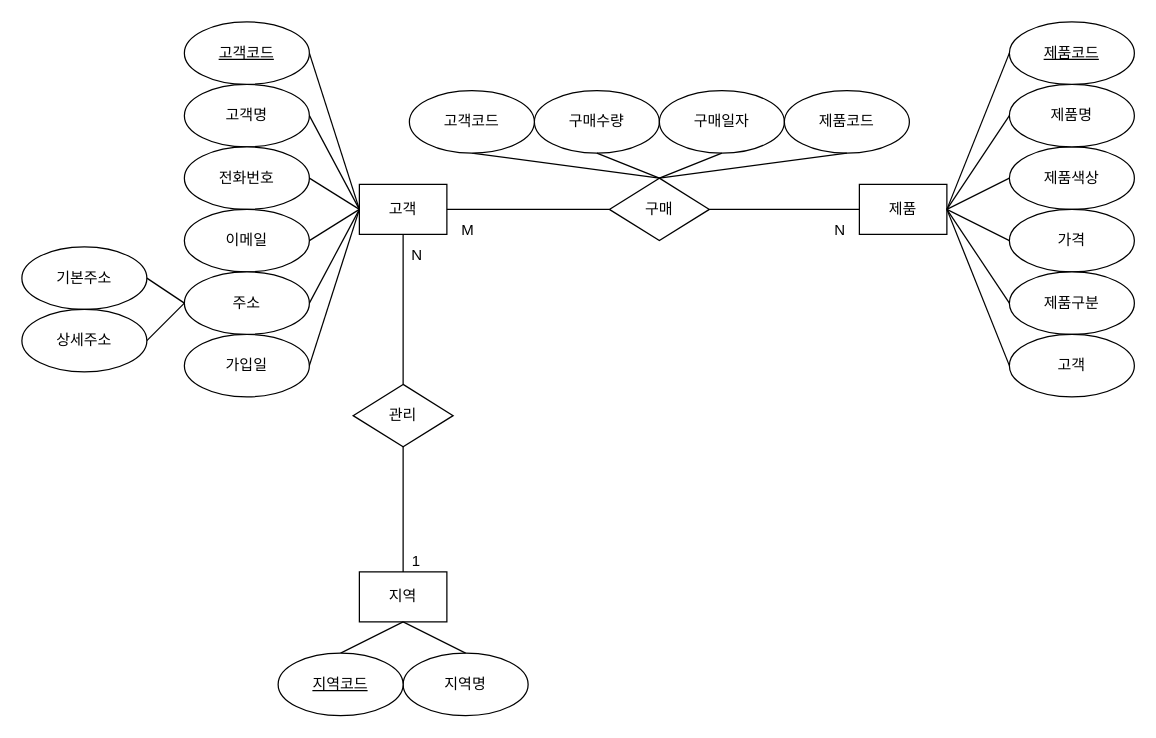
The draw.io diagram product.drawio in Eehnodu/DBStudy, before the edit. Source tidied: cells renumbered, new cells numbered last; positions are measured from the earlier drawing's top-left corner, leaving out a move shared by most shapes. Both pictures are drawn from the tidied source at 125%, with x=0, y=0 at pixel (21, 21).
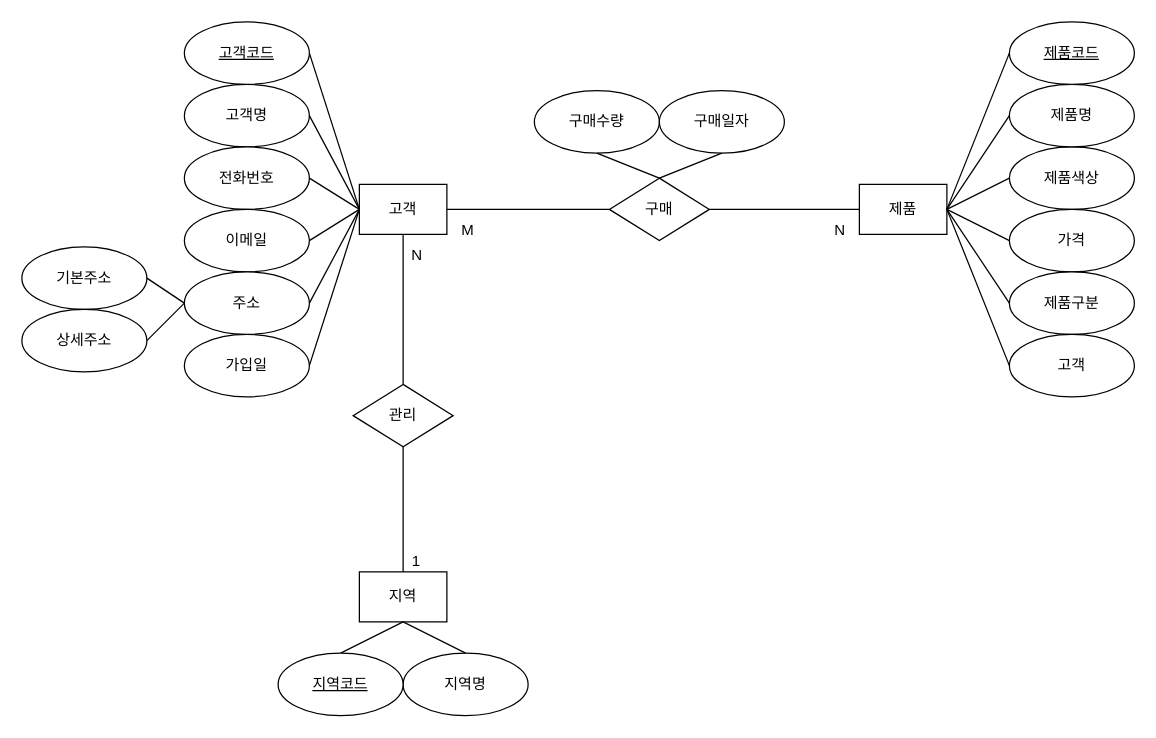
After the change.

The change refers to these unchanged cells:
```xml
<mxCell id="15" value="구매" style="rhombus;whiteSpace=wrap;html=1;" parent="1" vertex="1">
  <mxGeometry x="470" y="125" width="80" height="50" as="geometry" />
</mxCell>
```

The edit, as a diff of the source:
```diff
@@
-    <mxCell id="36" value="제품코드" style="ellipse;whiteSpace=wrap;html=1;" parent="1" vertex="1">
-      <mxGeometry x="610" y="55" width="100" height="50" as="geometry" />
-    </mxCell>
-    <mxCell id="37" style="endArrow=none;html=1;rounded=0;exitX=0.5;exitY=1;exitDx=0;exitDy=0;entryX=0.5;entryY=0;entryDx=0;entryDy=0;" parent="1" edge="1" source="42" target="15">
-      <mxGeometry relative="1" as="geometry" />
-    </mxCell>
-    <mxCell id="38" style="endArrow=none;html=1;rounded=0;exitX=0.5;exitY=0;exitDx=0;exitDy=0;entryX=0.5;entryY=1;entryDx=0;entryDy=0;" parent="1" edge="1" source="15" target="36">
-      <mxGeometry relative="1" as="geometry" />
-    </mxCell>
@@
-    <mxCell id="42" value="고객코드" style="ellipse;whiteSpace=wrap;html=1;" parent="1" vertex="1">
-      <mxGeometry x="310" y="55" width="100" height="50" as="geometry" />
-    </mxCell>
```
